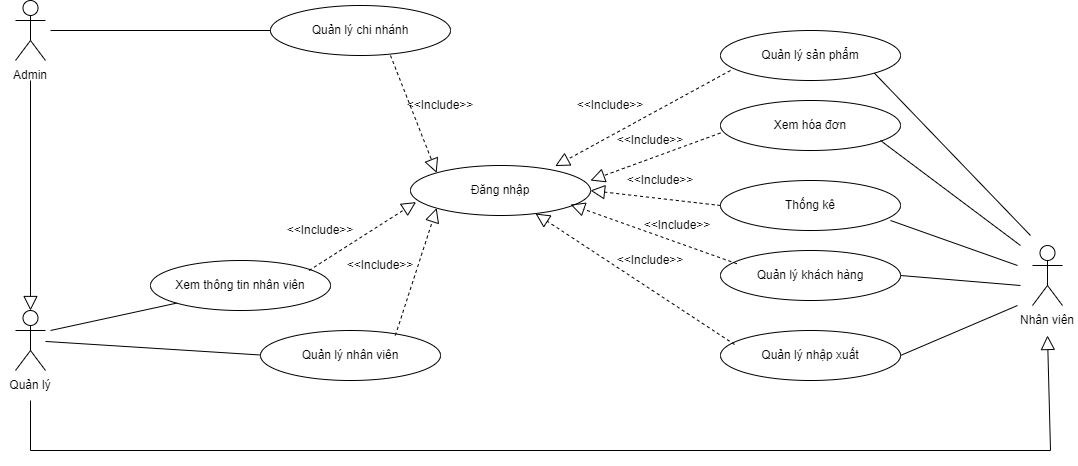
This is Sơ Đồ UseCase.png from ChauCongTu/thiet-ke-linh-tinh, a draw.io export, as it was before one commit. Source tidied: cells renumbered, new cells last; positions are measured from the earlier drawing's top-left corner, leaving out a move shared by most shapes.
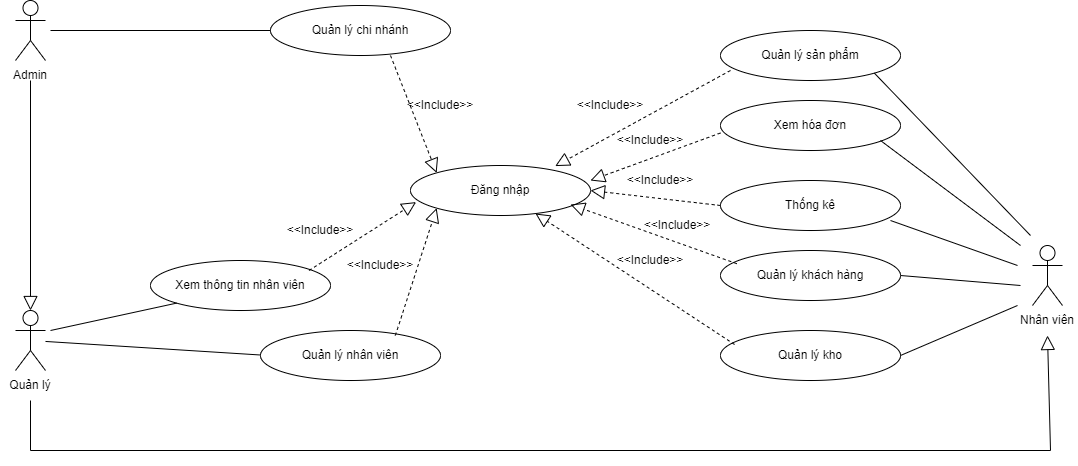
The same diagram one commit later.

Commit message:
Cập nhật Sơ Đồ UseCase.png

The edit, as a diff of the source:
```diff
@@ -26,7 +26,7 @@
     <mxCell id="9" value="Quản lý sản phẩm" style="ellipse;whiteSpace=wrap;html=1;" parent="1" vertex="1">
       <mxGeometry x="720" y="30" width="180" height="50" as="geometry" />
     </mxCell>
-    <mxCell id="10" value="Quản lý nhập xuất" style="ellipse;whiteSpace=wrap;html=1;" parent="1" vertex="1">
+    <mxCell id="10" value="Quản lý kho" style="ellipse;whiteSpace=wrap;html=1;" parent="1" vertex="1">
       <mxGeometry x="720" y="330" width="180" height="50" as="geometry" />
     </mxCell>
     <mxCell id="11" value="Thống kê" style="ellipse;whiteSpace=wrap;html=1;" parent="1" vertex="1">
```
